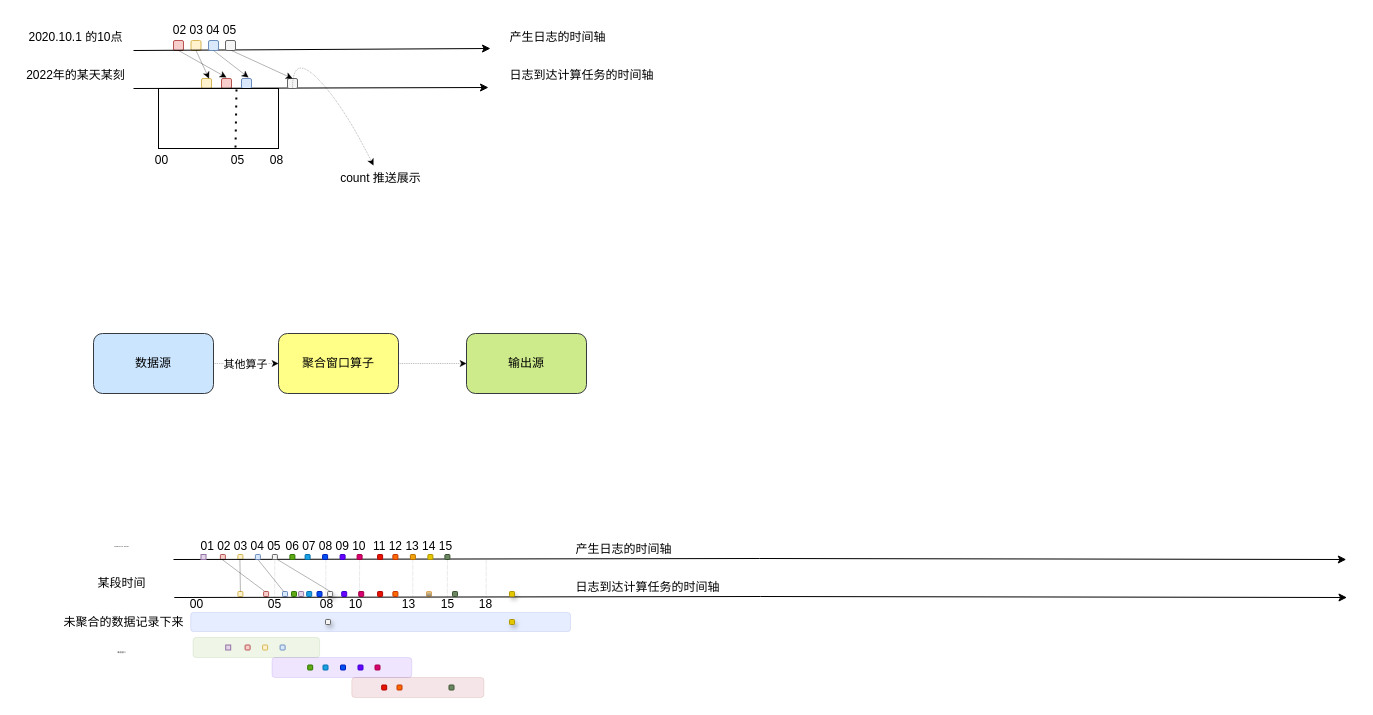
Above: dataflow/未命名绘图.drawio in david-gao1/diagrams (draw.io), before the change. Source tidied: cells renumbered, new cells numbered last; positions are measured from the earlier drawing's top-left corner, leaving out a move shared by most shapes. Both pictures are drawn from the tidied source at 100%, with x=0, y=0 at pixel (16, 17).
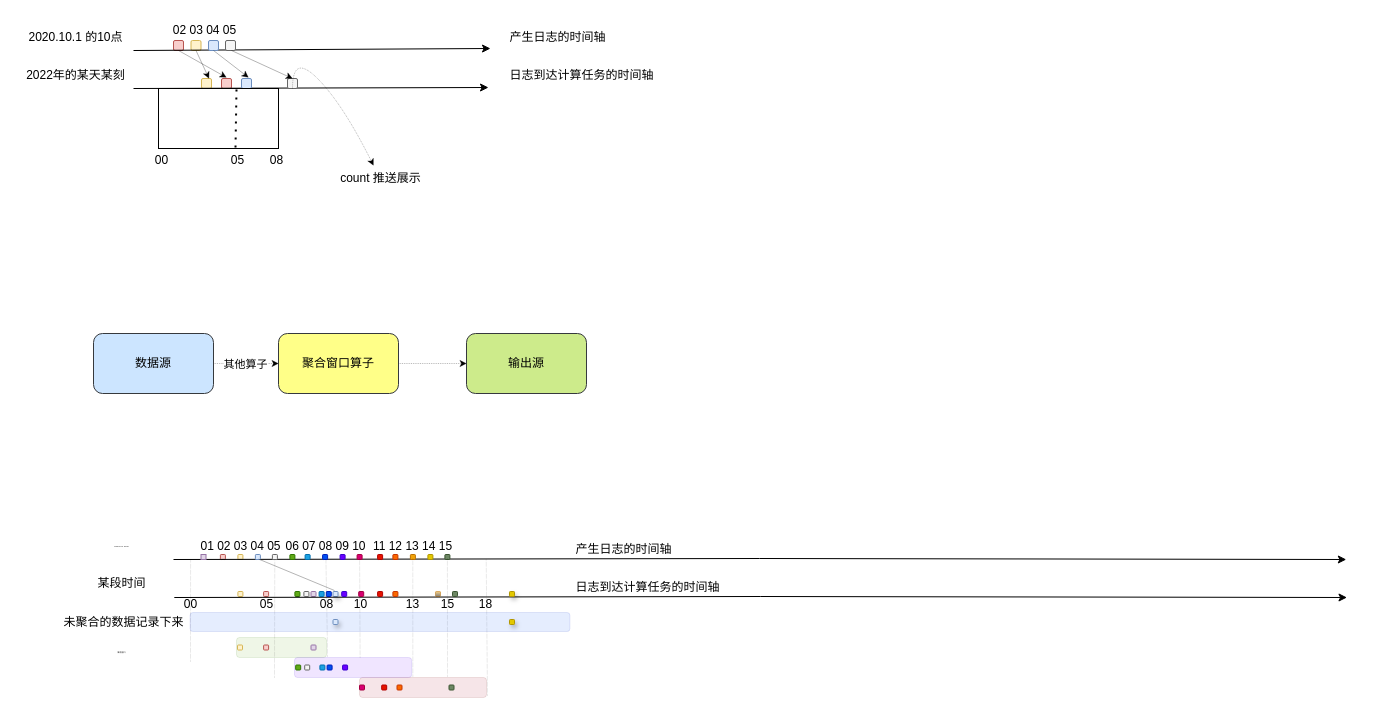
The same page after the edit.

Commit message:
更新未命名绘图.drawio

Unchanged cells that the change refers to:
```xml
<mxCell id="38" style="rounded=1;whiteSpace=wrap;html=1;fillColor=#fff2cc;strokeColor=#d6b656;" parent="1" vertex="1">
  <mxGeometry x="221.4" y="574" width="5" height="5" as="geometry" />
</mxCell>
<mxCell id="43" value="01 02 03 04 05" style="text;html=1;align=center;verticalAlign=middle;points=[];strokeColor=none;fillColor=none;" parent="1" vertex="1">
  <mxGeometry x="174.5" y="516" width="98" height="26" as="geometry" />
</mxCell>
<mxCell id="45" value="08" style="text;html=1;align=center;verticalAlign=middle;points=[];strokeColor=none;fillColor=none;" parent="1" vertex="1">
  <mxGeometry x="294.2" y="574" width="31" height="26" as="geometry" />
</mxCell>
```

The edit, as a diff of the source:
```diff
@@
-    <mxCell id="40" style="rounded=1;whiteSpace=wrap;html=1;fillColor=#dae8fc;strokeColor=#6c8ebf;" parent="1" vertex="1">
-      <mxGeometry x="266" y="574" width="5" height="5" as="geometry" />
+    <mxCell id="40" style="rounded=1;whiteSpace=wrap;html=1;fillColor=#60a917;fontColor=#ffffff;strokeColor=#2D7600;" parent="1" vertex="1">
+      <mxGeometry x="278.4" y="574" width="5" height="5" as="geometry" />
     </mxCell>
@@
-    <mxCell id="42" style="rounded=1;whiteSpace=wrap;html=1;fillColor=#f5f5f5;strokeColor=#666666;fontColor=#333333;sketch=0;shadow=1;glass=0;" parent="1" vertex="1">
-      <mxGeometry x="311.1" y="574" width="5" height="5" as="geometry" />
+    <mxCell id="42" style="rounded=1;whiteSpace=wrap;html=1;fillColor=#dae8fc;strokeColor=#6c8ebf;sketch=0;shadow=1;glass=0;" parent="1" vertex="1">
+      <mxGeometry x="316.5" y="574" width="5" height="5" as="geometry" />
     </mxCell>
@@
     <mxCell id="44" value="00" style="text;html=1;align=center;verticalAlign=middle;strokeColor=none;fillColor=none;" parent="1" vertex="1">
-      <mxGeometry x="164" y="574" width="31" height="26" as="geometry" />
+      <mxGeometry x="158.5" y="574" width="31" height="26" as="geometry" />
     </mxCell>
@@
     <mxCell id="46" value="05" style="text;html=1;align=center;verticalAlign=middle;points=[];strokeColor=none;fillColor=none;" parent="1" vertex="1">
-      <mxGeometry x="242.4" y="574" width="31" height="26" as="geometry" />
+      <mxGeometry x="234.1" y="574" width="31" height="26" as="geometry" />
     </mxCell>
@@
     <mxCell id="50" style="rounded=1;whiteSpace=wrap;html=1;fillColor=#e1d5e7;strokeColor=#9673a6;" parent="1" vertex="1">
-      <mxGeometry x="282.1" y="574" width="5" height="5" as="geometry" />
+      <mxGeometry x="294.5" y="574" width="5" height="5" as="geometry" />
     </mxCell>
@@
     <mxCell id="63" value="10" style="text;html=1;align=center;verticalAlign=middle;strokeColor=none;fillColor=none;" parent="1" vertex="1">
-      <mxGeometry x="323.2" y="574" width="31" height="26" as="geometry" />
+      <mxGeometry x="328.6" y="574" width="31" height="26" as="geometry" />
     </mxCell>
@@
     <mxCell id="67" value="13" style="text;html=1;align=center;verticalAlign=middle;strokeColor=none;fillColor=none;" parent="1" vertex="1">
-      <mxGeometry x="376.8" y="574" width="31" height="26" as="geometry" />
+      <mxGeometry x="380.9" y="574" width="31" height="26" as="geometry" />
     </mxCell>
     <mxCell id="68" style="rounded=1;whiteSpace=wrap;html=1;opacity=10;fillColor=#60a917;strokeColor=#2D7600;fontColor=#ffffff;" parent="1" vertex="1">
-      <mxGeometry x="176.6" y="620" width="126.5" height="20" as="geometry" />
+      <mxGeometry x="220" y="620" width="90" height="20" as="geometry" />
     </mxCell>
     <mxCell id="69" style="rounded=1;whiteSpace=wrap;html=1;opacity=10;fillColor=#6a00ff;strokeColor=#3700CC;fontColor=#ffffff;" parent="1" vertex="1">
-      <mxGeometry x="255.5" y="640" width="139.8" height="20" as="geometry" />
+      <mxGeometry x="278" y="640" width="117.2" height="20" as="geometry" />
     </mxCell>
     <mxCell id="70" style="rounded=1;whiteSpace=wrap;html=1;opacity=10;fillColor=#a20025;strokeColor=#6F0000;fontColor=#ffffff;" parent="1" vertex="1">
-      <mxGeometry x="335.3" y="660" width="132.1" height="20" as="geometry" />
+      <mxGeometry x="343" y="660" width="127" height="20" as="geometry" />
     </mxCell>
     <mxCell id="71" style="rounded=1;whiteSpace=wrap;html=1;fillColor=#1ba1e2;strokeColor=#006EAF;fontColor=#ffffff;" parent="1" vertex="1">
-      <mxGeometry x="290.2" y="574" width="5" height="5" as="geometry" />
+      <mxGeometry x="302.6" y="574" width="5" height="5" as="geometry" />
     </mxCell>
     <mxCell id="72" style="rounded=1;whiteSpace=wrap;html=1;fillColor=#0050ef;strokeColor=#001DBC;fontColor=#ffffff;" parent="1" vertex="1">
-      <mxGeometry x="300.5" y="574" width="5" height="5" as="geometry" />
+      <mxGeometry x="309.8" y="574" width="5" height="5" as="geometry" />
     </mxCell>
@@
-    <mxCell id="75" style="rounded=1;whiteSpace=wrap;html=1;fillColor=#60a917;strokeColor=#2D7600;fontColor=#ffffff;" parent="1" vertex="1">
-      <mxGeometry x="275" y="574" width="5" height="5" as="geometry" />
+    <mxCell id="75" style="rounded=1;whiteSpace=wrap;html=1;fillColor=#f5f5f5;fontColor=#333333;strokeColor=#666666;" parent="1" vertex="1">
+      <mxGeometry x="287.4" y="574" width="5" height="5" as="geometry" />
     </mxCell>
@@
-    <mxCell id="80" style="endArrow=none;html=1;rounded=0;strokeWidth=0.3;entryX=0.5;entryY=0;entryDx=0;entryDy=0;" parent="1" edge="1" target="38">
-      <mxGeometry relative="1" as="geometry">
-        <mxPoint x="223.4" y="542" as="sourcePoint" />
-      </mxGeometry>
-    </mxCell>
-    <mxCell id="81" style="endArrow=none;html=1;rounded=0;strokeWidth=0.3;entryX=0.176;entryY=-0.014;entryDx=0;entryDy=0;entryPerimeter=0;" parent="1" edge="1" target="46">
+    <mxCell id="81" style="endArrow=none;html=1;rounded=0;strokeWidth=0.3;exitX=0.69;exitY=0.984;exitDx=0;exitDy=0;exitPerimeter=0;" parent="1" edge="1" source="43">
       <mxGeometry relative="1" as="geometry">
-        <mxPoint x="205.6" y="542" as="sourcePoint" />
+        <mxPoint x="318" y="573" as="targetPoint" />
       </mxGeometry>
     </mxCell>
-    <mxCell id="82" style="endArrow=none;html=1;rounded=0;strokeWidth=0.3;entryX=0.804;entryY=0.007;entryDx=0;entryDy=0;entryPerimeter=0;" parent="1" edge="1" target="46">
-      <mxGeometry relative="1" as="geometry">
-        <mxPoint x="241.4" y="542" as="sourcePoint" />
-      </mxGeometry>
-    </mxCell>
     <mxCell id="83" style="endArrow=none;dashed=1;html=1;dashPattern=1 3;strokeWidth=0.3;rounded=0;entryX=0.855;entryY=0.984;entryDx=0;entryDy=0;entryPerimeter=0;" parent="1" edge="1" target="43">
       <mxGeometry relative="1" as="geometry">
-        <mxPoint x="258.2" y="580" as="sourcePoint" />
+        <mxPoint x="258" y="660" as="sourcePoint" />
       </mxGeometry>
     </mxCell>
     <mxCell id="84" style="endArrow=none;dashed=1;html=1;dashPattern=1 3;strokeWidth=0.3;rounded=0;entryX=0.855;entryY=0.984;entryDx=0;entryDy=0;entryPerimeter=0;" parent="1" edge="1">
       <mxGeometry relative="1" as="geometry">
-        <mxPoint x="309.3" y="579" as="sourcePoint" />
+        <mxPoint x="311" y="639" as="sourcePoint" />
         <mxPoint x="309.4" y="540.6" as="targetPoint" />
+        <Array as="points">
+          <mxPoint x="311" y="631" />
+        </Array>
       </mxGeometry>
     </mxCell>
-    <mxCell id="85" style="endArrow=none;dashed=1;html=1;dashPattern=1 3;strokeWidth=0.3;rounded=0;entryX=0.855;entryY=0.984;entryDx=0;entryDy=0;entryPerimeter=0;fontStyle=1;" parent="1" edge="1">
+    <mxCell id="85" style="endArrow=none;dashed=1;html=1;dashPattern=1 3;strokeWidth=0.3;rounded=0;entryX=0.855;entryY=0.984;entryDx=0;entryDy=0;entryPerimeter=0;fontStyle=1;startArrow=none;exitX=0.56;exitY=-0.004;exitDx=0;exitDy=0;exitPerimeter=0;" parent="1" edge="1" source="69">
       <mxGeometry relative="1" as="geometry">
-        <mxPoint x="343" y="579" as="sourcePoint" />
         <mxPoint x="343.1" y="540.6" as="targetPoint" />
       </mxGeometry>
     </mxCell>
-    <mxCell id="86" style="endArrow=none;dashed=1;html=1;dashPattern=1 3;strokeWidth=0.3;rounded=0;entryX=0.855;entryY=0.984;entryDx=0;entryDy=0;entryPerimeter=0;fontStyle=1;" parent="1" edge="1">
+    <mxCell id="86" style="endArrow=none;dashed=1;html=1;dashPattern=1 3;strokeWidth=0.3;rounded=0;entryX=0.855;entryY=0.984;entryDx=0;entryDy=0;entryPerimeter=0;fontStyle=1;exitX=0.42;exitY=-0.045;exitDx=0;exitDy=0;exitPerimeter=0;" parent="1" edge="1" source="70">
       <mxGeometry relative="1" as="geometry">
-        <mxPoint x="396.3" y="579" as="sourcePoint" />
         <mxPoint x="396.3" y="540.6" as="targetPoint" />
       </mxGeometry>
     </mxCell>
     <mxCell id="87" style="endArrow=none;dashed=1;html=1;dashPattern=1 3;strokeWidth=0.3;rounded=0;entryX=0.855;entryY=0.984;entryDx=0;entryDy=0;entryPerimeter=0;fontStyle=1;" parent="1" edge="1">
       <mxGeometry relative="1" as="geometry">
-        <mxPoint x="430.8" y="579" as="sourcePoint" />
+        <mxPoint x="431" y="659" as="sourcePoint" />
         <mxPoint x="430.9" y="540.6" as="targetPoint" />
       </mxGeometry>
     </mxCell>
     <mxCell id="88" style="endArrow=none;dashed=1;html=1;dashPattern=1 3;strokeWidth=0.3;rounded=0;entryX=0.855;entryY=0.984;entryDx=0;entryDy=0;entryPerimeter=0;fontStyle=1;" parent="1" edge="1">
       <mxGeometry relative="1" as="geometry">
-        <mxPoint x="469.6" y="580" as="sourcePoint" />
+        <mxPoint x="471" y="678" as="sourcePoint" />
         <mxPoint x="469.7" y="541.6" as="targetPoint" />
       </mxGeometry>
     </mxCell>
-    <mxCell id="89" style="endArrow=none;html=1;rounded=0;strokeWidth=0.3;entryX=0.619;entryY=-0.012;entryDx=0;entryDy=0;entryPerimeter=0;" parent="1" edge="1" target="45">
-      <mxGeometry relative="1" as="geometry">
-        <mxPoint x="260.9" y="542" as="sourcePoint" />
-      </mxGeometry>
-    </mxCell>
     <mxCell id="90" style="rounded=1;whiteSpace=wrap;html=1;fillColor=#f8cecc;strokeColor=#b85450;" parent="1" vertex="1">
-      <mxGeometry x="228.6" y="627.5" width="5" height="5" as="geometry" />
+      <mxGeometry x="247.1" y="627.5" width="5" height="5" as="geometry" />
     </mxCell>
     <mxCell id="91" style="rounded=1;whiteSpace=wrap;html=1;fillColor=#fff2cc;strokeColor=#d6b656;" parent="1" vertex="1">
-      <mxGeometry x="246.1" y="627.5" width="5" height="5" as="geometry" />
+      <mxGeometry x="221" y="627.5" width="5" height="5" as="geometry" />
     </mxCell>
-    <mxCell id="92" style="rounded=1;whiteSpace=wrap;html=1;fillColor=#dae8fc;strokeColor=#6c8ebf;" parent="1" vertex="1">
-      <mxGeometry x="263.6" y="627.5" width="5" height="5" as="geometry" />
-    </mxCell>
-    <mxCell id="93" style="rounded=1;whiteSpace=wrap;html=1;fillColor=#e1d5e7;strokeColor=#9673a6;arcSize=0;" parent="1" vertex="1">
-      <mxGeometry x="209.2" y="627.5" width="5" height="5" as="geometry" />
-    </mxCell>
-    <mxCell id="94" style="rounded=1;whiteSpace=wrap;html=1;fillColor=#1ba1e2;strokeColor=#006EAF;fontColor=#ffffff;" parent="1" vertex="1">
-      <mxGeometry x="306.5" y="647.5" width="5" height="5" as="geometry" />
-    </mxCell>
-    <mxCell id="95" style="rounded=1;whiteSpace=wrap;html=1;fillColor=#0050ef;strokeColor=#001DBC;fontColor=#ffffff;" parent="1" vertex="1">
-      <mxGeometry x="324" y="647.5" width="5" height="5" as="geometry" />
-    </mxCell>
-    <mxCell id="96" style="rounded=1;whiteSpace=wrap;html=1;fillColor=#6a00ff;strokeColor=#3700CC;fontColor=#ffffff;" parent="1" vertex="1">
-      <mxGeometry x="341.5" y="647.5" width="5" height="5" as="geometry" />
-    </mxCell>
-    <mxCell id="97" style="rounded=1;whiteSpace=wrap;html=1;fillColor=#d80073;strokeColor=#A50040;fontColor=#ffffff;" parent="1" vertex="1">
-      <mxGeometry x="358.5" y="647.5" width="5" height="5" as="geometry" />
-    </mxCell>
-    <mxCell id="98" style="rounded=1;whiteSpace=wrap;html=1;fillColor=#60a917;strokeColor=#2D7600;fontColor=#ffffff;" parent="1" vertex="1">
-      <mxGeometry x="291.2" y="647.5" width="5" height="5" as="geometry" />
-    </mxCell>
@@
     <mxCell id="102" style="rounded=1;whiteSpace=wrap;html=1;shadow=0;glass=0;sketch=0;opacity=10;fillColor=#0050ef;strokeColor=#001DBC;fontColor=#ffffff;" parent="1" vertex="1">
-      <mxGeometry x="174.2" y="595" width="379.8" height="19" as="geometry" />
+      <mxGeometry x="173.6" y="595" width="379.8" height="19" as="geometry" />
     </mxCell>
-    <mxCell id="103" style="rounded=1;whiteSpace=wrap;html=1;fillColor=#f5f5f5;strokeColor=#666666;fontColor=#333333;sketch=0;shadow=1;glass=0;" parent="1" vertex="1">
-      <mxGeometry x="309" y="602" width="5" height="5" as="geometry" />
+    <mxCell id="103" style="rounded=1;whiteSpace=wrap;html=1;fillColor=#dae8fc;strokeColor=#6c8ebf;sketch=0;shadow=1;glass=0;arcSize=21;" parent="1" vertex="1">
+      <mxGeometry x="316.5" y="602" width="5" height="5" as="geometry" />
     </mxCell>
@@
     <mxCell id="105" style="rounded=1;whiteSpace=wrap;html=1;fillColor=#f0a30a;strokeColor=#BD7000;fontColor=#000000;gradientColor=default;opacity=50;" parent="1" vertex="1">
-      <mxGeometry x="410" y="574" width="5" height="5" as="geometry" />
+      <mxGeometry x="419" y="574" width="5" height="5" as="geometry" />
     </mxCell>
@@
+    <mxCell id="110" style="endArrow=none;dashed=1;html=1;dashPattern=1 3;strokeWidth=0.3;rounded=0;entryX=0.855;entryY=0.984;entryDx=0;entryDy=0;entryPerimeter=0;" parent="1" edge="1">
+      <mxGeometry relative="1" as="geometry">
+        <mxPoint x="174" y="644" as="sourcePoint" />
+        <mxPoint x="174.1" y="541.6" as="targetPoint" />
+      </mxGeometry>
+    </mxCell>
+    <mxCell id="111" style="rounded=1;whiteSpace=wrap;html=1;fillColor=#d80073;strokeColor=#A50040;fontColor=#ffffff;" parent="1" vertex="1">
+      <mxGeometry x="343" y="667.5" width="5" height="5" as="geometry" />
+    </mxCell>
+    <mxCell id="112" style="rounded=1;whiteSpace=wrap;html=1;fillColor=#60a917;fontColor=#ffffff;strokeColor=#2D7600;" parent="1" vertex="1">
+      <mxGeometry x="279.2" y="647.5" width="5" height="5" as="geometry" />
+    </mxCell>
+    <mxCell id="113" style="rounded=1;whiteSpace=wrap;html=1;fillColor=#e1d5e7;strokeColor=#9673a6;" parent="1" vertex="1">
+      <mxGeometry x="294.5" y="627.5" width="5" height="5" as="geometry" />
+    </mxCell>
+    <mxCell id="114" style="rounded=1;whiteSpace=wrap;html=1;fillColor=#1ba1e2;strokeColor=#006EAF;fontColor=#ffffff;" parent="1" vertex="1">
+      <mxGeometry x="303.4" y="647.5" width="5" height="5" as="geometry" />
+    </mxCell>
+    <mxCell id="115" style="rounded=1;whiteSpace=wrap;html=1;fillColor=#0050ef;strokeColor=#001DBC;fontColor=#ffffff;" parent="1" vertex="1">
+      <mxGeometry x="310.6" y="647.5" width="5" height="5" as="geometry" />
+    </mxCell>
+    <mxCell id="116" style="rounded=1;whiteSpace=wrap;html=1;fillColor=#6a00ff;strokeColor=#3700CC;fontColor=#ffffff;" parent="1" vertex="1">
+      <mxGeometry x="326.1" y="647.5" width="5" height="5" as="geometry" />
+    </mxCell>
+    <mxCell id="117" style="rounded=1;whiteSpace=wrap;html=1;fillColor=#f5f5f5;fontColor=#333333;strokeColor=#666666;" parent="1" vertex="1">
+      <mxGeometry x="288.2" y="647.5" width="5" height="5" as="geometry" />
+    </mxCell>
```
